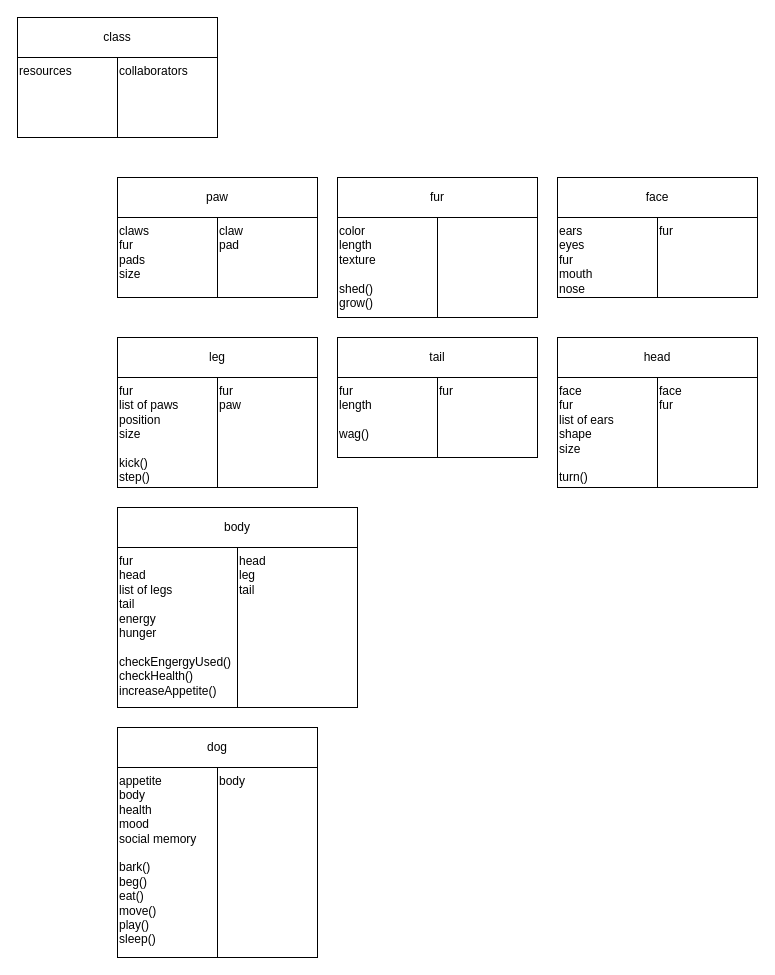
The draw.io diagram Dog/crc.drawio in KaylaMLe/PersonalProjects, before the edit. Source tidied: cells renumbered, new cells numbered last; positions are measured from the earlier drawing's top-left corner, leaving out a move shared by most shapes. Both pictures are drawn from the tidied source at 100%, with x=0, y=0 at pixel (17, 17).
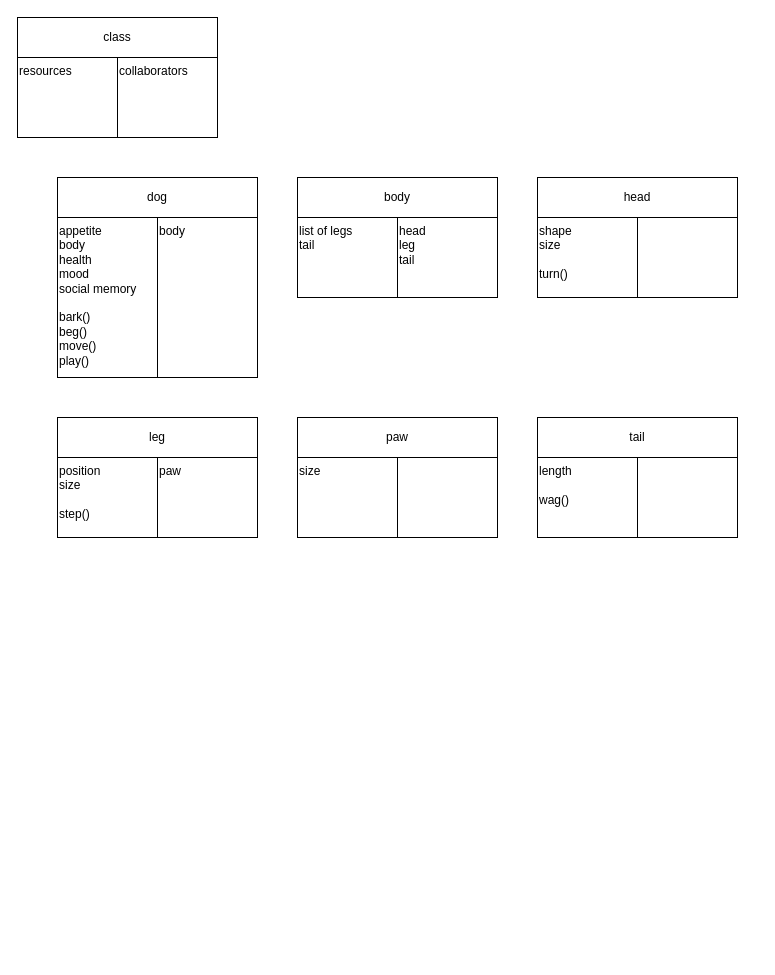
After the change.

Commit message:
cut back on the crc diagram to better fit a web app

The edit, as a diff of the source:
```diff
@@
     <mxCell id="5" value="paw" style="rounded=0;whiteSpace=wrap;html=1;" parent="1" vertex="1">
-      <mxGeometry x="100" y="160" width="200" height="40" as="geometry" />
+      <mxGeometry x="280" y="400" width="200" height="40" as="geometry" />
     </mxCell>
-    <mxCell id="6" value="claws&lt;br&gt;fur&lt;br&gt;pads&lt;br&gt;size" style="rounded=0;whiteSpace=wrap;html=1;verticalAlign=top;align=left;" parent="1" vertex="1">
-      <mxGeometry x="100" y="200" width="100" height="80" as="geometry" />
+    <mxCell id="6" value="size" style="rounded=0;whiteSpace=wrap;html=1;verticalAlign=top;align=left;" parent="1" vertex="1">
+      <mxGeometry x="280" y="440" width="100" height="80" as="geometry" />
     </mxCell>
-    <mxCell id="7" value="claw&lt;br&gt;pad" style="rounded=0;whiteSpace=wrap;html=1;verticalAlign=top;align=left;" parent="1" vertex="1">
-      <mxGeometry x="200" y="200" width="100" height="80" as="geometry" />
+    <mxCell id="7" style="rounded=0;whiteSpace=wrap;html=1;verticalAlign=top;align=left;" parent="1" vertex="1">
+      <mxGeometry x="380" y="440" width="100" height="80" as="geometry" />
     </mxCell>
-    <mxCell id="8" value="fur" style="rounded=0;whiteSpace=wrap;html=1;" parent="1" vertex="1">
-      <mxGeometry x="320" y="160" width="200" height="40" as="geometry" />
-    </mxCell>
-    <mxCell id="9" value="color&lt;br&gt;length&lt;br&gt;texture&lt;br&gt;&lt;br&gt;shed()&lt;br&gt;grow()" style="rounded=0;whiteSpace=wrap;html=1;verticalAlign=top;align=left;" parent="1" vertex="1">
-      <mxGeometry x="320" y="200" width="100" height="100" as="geometry" />
-    </mxCell>
-    <mxCell id="10" style="rounded=0;whiteSpace=wrap;html=1;verticalAlign=top;align=left;" parent="1" vertex="1">
-      <mxGeometry x="420" y="200" width="100" height="100" as="geometry" />
-    </mxCell>
-    <mxCell id="11" value="face" style="rounded=0;whiteSpace=wrap;html=1;" parent="1" vertex="1">
-      <mxGeometry x="540" y="160" width="200" height="40" as="geometry" />
-    </mxCell>
-    <mxCell id="12" value="ears&lt;br&gt;eyes&lt;br&gt;fur&lt;br&gt;mouth&lt;br&gt;nose" style="rounded=0;whiteSpace=wrap;html=1;verticalAlign=top;align=left;" parent="1" vertex="1">
-      <mxGeometry x="540" y="200" width="100" height="80" as="geometry" />
-    </mxCell>
-    <mxCell id="13" value="fur" style="rounded=0;whiteSpace=wrap;html=1;verticalAlign=top;align=left;" parent="1" vertex="1">
-      <mxGeometry x="640" y="200" width="100" height="80" as="geometry" />
-    </mxCell>
     <mxCell id="14" value="leg" style="rounded=0;whiteSpace=wrap;html=1;" parent="1" vertex="1">
-      <mxGeometry x="100" y="320" width="200" height="40" as="geometry" />
+      <mxGeometry x="40" y="400" width="200" height="40" as="geometry" />
     </mxCell>
-    <mxCell id="15" value="fur&lt;br&gt;list of paws&lt;br&gt;position&lt;br&gt;size&lt;br&gt;&lt;br&gt;kick()&lt;br&gt;step()" style="rounded=0;whiteSpace=wrap;html=1;verticalAlign=top;align=left;" parent="1" vertex="1">
-      <mxGeometry x="100" y="360" width="100" height="110" as="geometry" />
+    <mxCell id="15" value="position&lt;br&gt;size&lt;br&gt;&lt;br&gt;step()" style="rounded=0;whiteSpace=wrap;html=1;verticalAlign=top;align=left;" parent="1" vertex="1">
+      <mxGeometry x="40" y="440" width="100" height="80" as="geometry" />
     </mxCell>
-    <mxCell id="16" value="fur&lt;br&gt;paw" style="rounded=0;whiteSpace=wrap;html=1;verticalAlign=top;align=left;" parent="1" vertex="1">
-      <mxGeometry x="200" y="360" width="100" height="110" as="geometry" />
+    <mxCell id="16" value="paw" style="rounded=0;whiteSpace=wrap;html=1;verticalAlign=top;align=left;" parent="1" vertex="1">
+      <mxGeometry x="140" y="440" width="100" height="80" as="geometry" />
     </mxCell>
     <mxCell id="17" value="tail" style="rounded=0;whiteSpace=wrap;html=1;" parent="1" vertex="1">
-      <mxGeometry x="320" y="320" width="200" height="40" as="geometry" />
+      <mxGeometry x="520" y="400" width="200" height="40" as="geometry" />
     </mxCell>
-    <mxCell id="18" value="fur&lt;br&gt;length&lt;br&gt;&lt;br&gt;wag()" style="rounded=0;whiteSpace=wrap;html=1;verticalAlign=top;align=left;" parent="1" vertex="1">
-      <mxGeometry x="320" y="360" width="100" height="80" as="geometry" />
+    <mxCell id="18" value="length&lt;br&gt;&lt;br&gt;wag()" style="rounded=0;whiteSpace=wrap;html=1;verticalAlign=top;align=left;" parent="1" vertex="1">
+      <mxGeometry x="520" y="440" width="100" height="80" as="geometry" />
     </mxCell>
-    <mxCell id="19" value="fur" style="rounded=0;whiteSpace=wrap;html=1;verticalAlign=top;align=left;" parent="1" vertex="1">
-      <mxGeometry x="420" y="360" width="100" height="80" as="geometry" />
+    <mxCell id="19" style="rounded=0;whiteSpace=wrap;html=1;verticalAlign=top;align=left;" parent="1" vertex="1">
+      <mxGeometry x="620" y="440" width="100" height="80" as="geometry" />
     </mxCell>
     <mxCell id="20" value="head" style="rounded=0;whiteSpace=wrap;html=1;" parent="1" vertex="1">
-      <mxGeometry x="540" y="320" width="200" height="40" as="geometry" />
+      <mxGeometry x="520" y="160" width="200" height="40" as="geometry" />
     </mxCell>
-    <mxCell id="21" value="face&lt;br&gt;fur&lt;br&gt;list of ears&lt;br&gt;shape&lt;br&gt;size&lt;br&gt;&lt;br&gt;turn()" style="rounded=0;whiteSpace=wrap;html=1;verticalAlign=top;align=left;" parent="1" vertex="1">
-      <mxGeometry x="540" y="360" width="100" height="110" as="geometry" />
+    <mxCell id="21" value="shape&lt;br&gt;size&lt;br&gt;&lt;br&gt;turn()" style="rounded=0;whiteSpace=wrap;html=1;verticalAlign=top;align=left;" parent="1" vertex="1">
+      <mxGeometry x="520" y="200" width="100" height="80" as="geometry" />
     </mxCell>
-    <mxCell id="22" value="face&lt;br&gt;fur" style="rounded=0;whiteSpace=wrap;html=1;verticalAlign=top;align=left;" parent="1" vertex="1">
-      <mxGeometry x="640" y="360" width="100" height="110" as="geometry" />
+    <mxCell id="22" style="rounded=0;whiteSpace=wrap;html=1;verticalAlign=top;align=left;" parent="1" vertex="1">
+      <mxGeometry x="620" y="200" width="100" height="80" as="geometry" />
     </mxCell>
     <mxCell id="23" value="body" style="rounded=0;whiteSpace=wrap;html=1;" parent="1" vertex="1">
-      <mxGeometry x="100" y="490" width="240" height="40" as="geometry" />
+      <mxGeometry x="280" y="160" width="200" height="40" as="geometry" />
     </mxCell>
-    <mxCell id="24" value="fur&lt;br&gt;head&lt;br&gt;list of legs&lt;br&gt;tail&lt;br&gt;energy&lt;br&gt;hunger&lt;br&gt;&lt;br&gt;checkEngergyUsed()&lt;br&gt;checkHealth()&lt;br&gt;increaseAppetite()" style="rounded=0;whiteSpace=wrap;html=1;verticalAlign=top;align=left;" parent="1" vertex="1">
-      <mxGeometry x="100" y="530" width="120" height="160" as="geometry" />
+    <mxCell id="24" value="list of legs&lt;br&gt;tail" style="rounded=0;whiteSpace=wrap;html=1;verticalAlign=top;align=left;" parent="1" vertex="1">
+      <mxGeometry x="280" y="200" width="100" height="80" as="geometry" />
     </mxCell>
     <mxCell id="25" value="head&lt;br&gt;leg&lt;br&gt;tail" style="rounded=0;whiteSpace=wrap;html=1;verticalAlign=top;align=left;" parent="1" vertex="1">
-      <mxGeometry x="220" y="530" width="120" height="160" as="geometry" />
+      <mxGeometry x="380" y="200" width="100" height="80" as="geometry" />
     </mxCell>
     <mxCell id="26" value="dog" style="rounded=0;whiteSpace=wrap;html=1;" parent="1" vertex="1">
-      <mxGeometry x="100" y="710" width="200" height="40" as="geometry" />
+      <mxGeometry x="40" y="160" width="200" height="40" as="geometry" />
     </mxCell>
-    <mxCell id="27" value="appetite&lt;br&gt;body&lt;br&gt;health&lt;br&gt;mood&lt;br&gt;social memory&lt;br&gt;&lt;br&gt;bark()&lt;br&gt;beg()&lt;br&gt;eat()&lt;br&gt;move()&lt;br&gt;play()&lt;br&gt;sleep()" style="rounded=0;whiteSpace=wrap;html=1;verticalAlign=top;align=left;" parent="1" vertex="1">
-      <mxGeometry x="100" y="750" width="100" height="190" as="geometry" />
+    <mxCell id="27" value="appetite&lt;br&gt;body&lt;br&gt;health&lt;br&gt;mood&lt;br&gt;social memory&lt;br&gt;&lt;br&gt;bark()&lt;br&gt;beg()&lt;br&gt;move()&lt;br&gt;play()" style="rounded=0;whiteSpace=wrap;html=1;verticalAlign=top;align=left;" parent="1" vertex="1">
+      <mxGeometry x="40" y="200" width="100" height="160" as="geometry" />
     </mxCell>
     <mxCell id="28" value="body" style="rounded=0;whiteSpace=wrap;html=1;verticalAlign=top;align=left;" parent="1" vertex="1">
-      <mxGeometry x="200" y="750" width="100" height="190" as="geometry" />
+      <mxGeometry x="140" y="200" width="100" height="160" as="geometry" />
     </mxCell>
```
